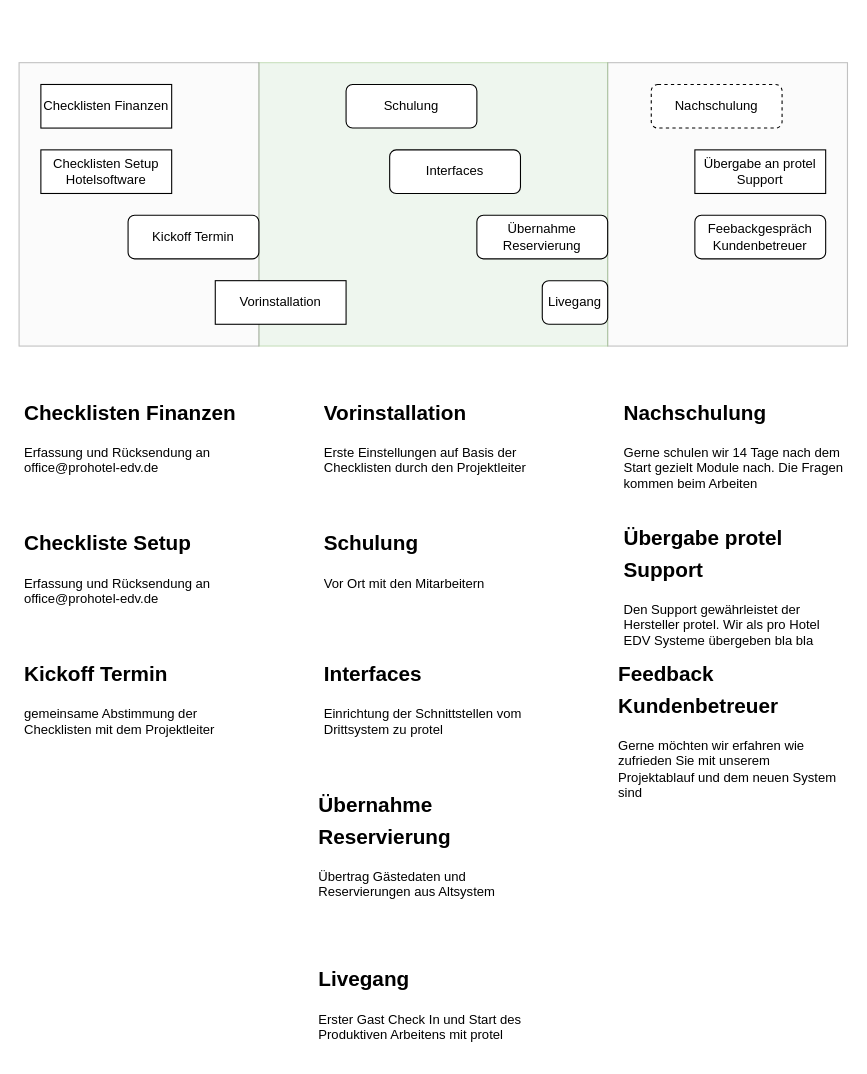
This is Idee 2 Visualisierung Projektablauf.drawio from pro-banic/draw.io, a draw.io file, before an edit. Source tidied: cells renumbered, new cells numbered last; positions are measured from the earlier drawing's top-left corner, leaving out a move shared by most shapes. Both pictures are drawn from the tidied source at 109%, with x=0, y=0 at pixel (19, 62).
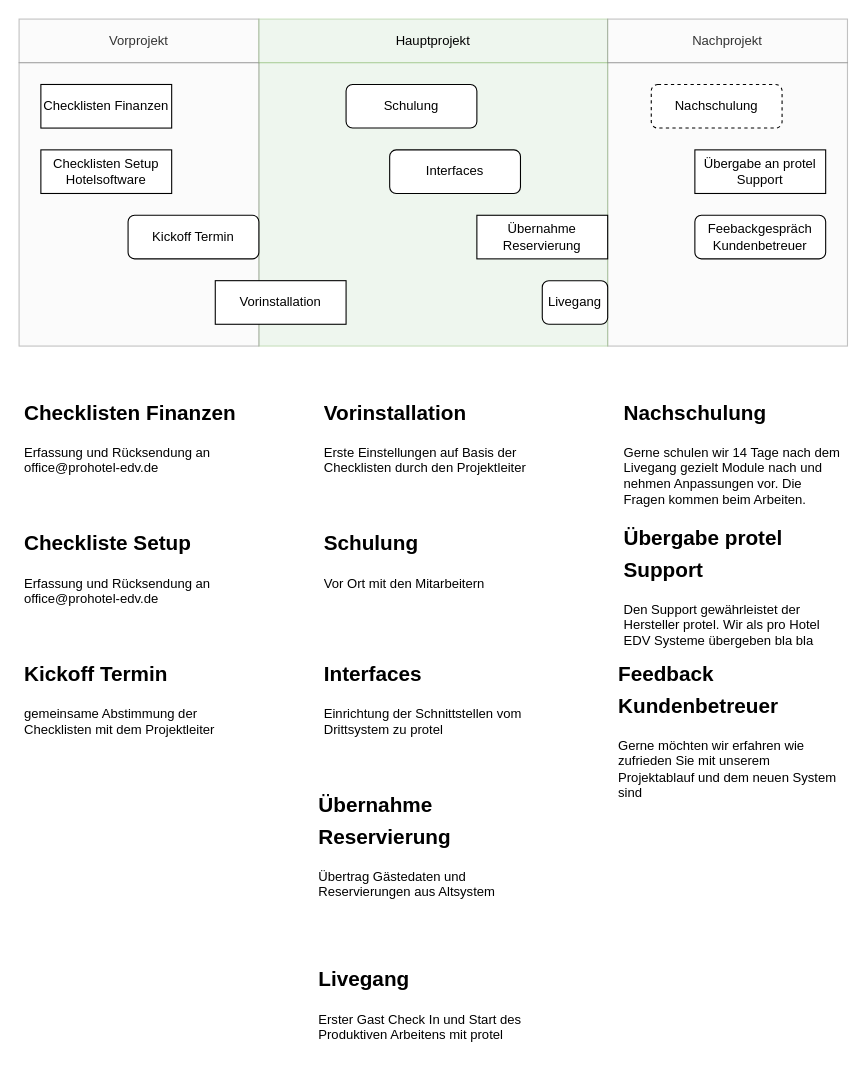
After the change.

Change to the diagram source:
```diff
@@
-    <mxCell id="22" value="Übernahme Reservierung" style="rounded=1;whiteSpace=wrap;html=1;" parent="1" vertex="1">
+    <mxCell id="22" value="Übernahme Reservierung" style="rounded=0;whiteSpace=wrap;html=1;" parent="1" vertex="1">
       <mxGeometry x="420" y="140" width="120" height="40" as="geometry" />
     </mxCell>
@@
-    <mxCell id="24" value="&lt;h1&gt;&lt;font style=&quot;font-size: 19px&quot;&gt;Nachschulung&lt;/font&gt;&lt;/h1&gt;&lt;p&gt;Gerne schulen wir 14 Tage nach dem Start gezielt Module nach. Die Fragen kommen beim Arbeiten&lt;/p&gt;" style="text;html=1;strokeColor=none;fillColor=none;spacing=5;spacingTop=-20;whiteSpace=wrap;overflow=hidden;rounded=0;dashed=1;opacity=40;" parent="1" vertex="1">
-      <mxGeometry x="550" y="300" width="210" height="100" as="geometry" />
+    <mxCell id="24" value="&lt;h1&gt;&lt;font style=&quot;font-size: 19px&quot;&gt;Nachschulung&lt;/font&gt;&lt;/h1&gt;&lt;p&gt;Gerne schulen wir 14 Tage nach dem Livegang gezielt Module nach und nehmen Anpassungen vor. Die Fragen kommen beim Arbeiten.&lt;/p&gt;" style="text;html=1;strokeColor=none;fillColor=none;spacing=5;spacingTop=-20;whiteSpace=wrap;overflow=hidden;rounded=0;dashed=1;opacity=40;" parent="1" vertex="1">
+      <mxGeometry x="550" y="300" width="210" height="110" as="geometry" />
     </mxCell>
@@
+    <mxCell id="27" value="Vorprojekt" style="rounded=0;whiteSpace=wrap;html=1;fillColor=#f5f5f5;fontColor=#333333;strokeColor=#666666;opacity=40;" parent="1" vertex="1">
+      <mxGeometry y="-40" width="220" height="40" as="geometry" />
+    </mxCell>
+    <mxCell id="28" value="Hauptprojekt" style="rounded=0;whiteSpace=wrap;html=1;fillColor=#d5e8d4;strokeColor=#82b366;opacity=40;" parent="1" vertex="1">
+      <mxGeometry x="220" y="-40" width="320" height="40" as="geometry" />
+    </mxCell>
+    <mxCell id="29" value="Nachprojekt" style="rounded=0;whiteSpace=wrap;html=1;fillColor=#f5f5f5;fontColor=#333333;strokeColor=#666666;opacity=40;" parent="1" vertex="1">
+      <mxGeometry x="540" y="-40" width="220" height="40" as="geometry" />
+    </mxCell>
```
